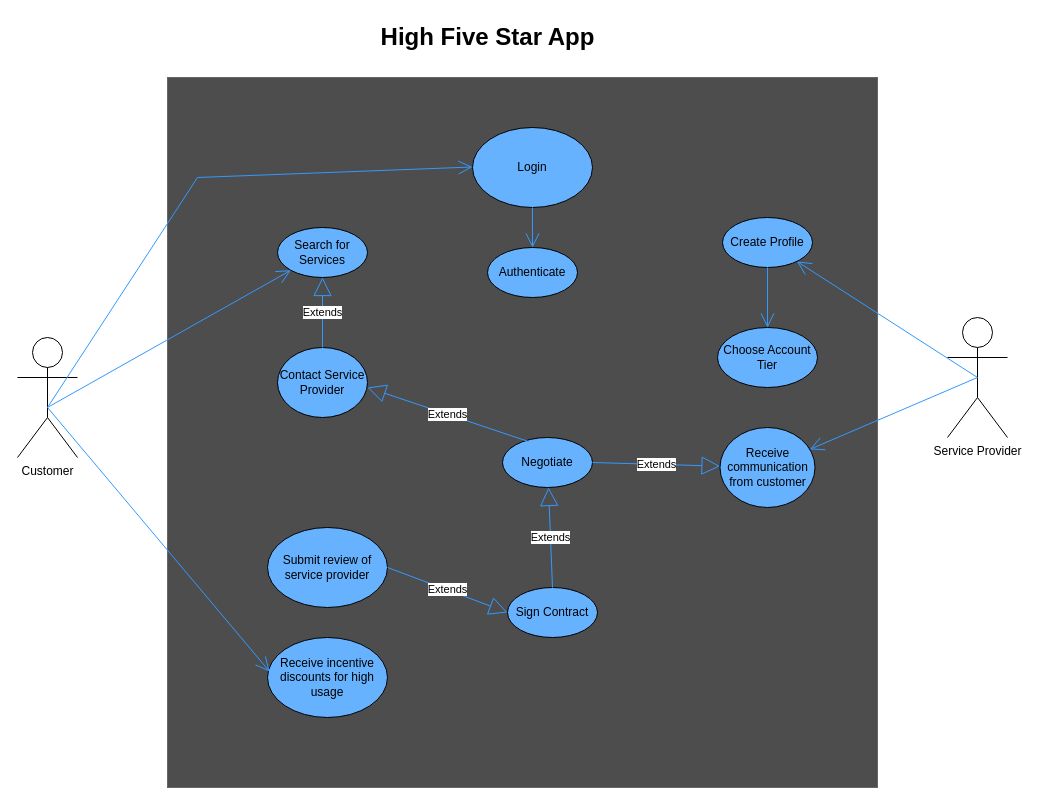
schurch82/High-Five-Star keeps this draw.io diagram as AppUseCaseDiagram.drawio. Above is the earlier version. Source tidied: cells renumbered, new cells numbered last; positions are measured from the earlier drawing's top-left corner, leaving out a move shared by most shapes. Both pictures are drawn from the tidied source at 100%, with x=0, y=0 at pixel (17, 17).
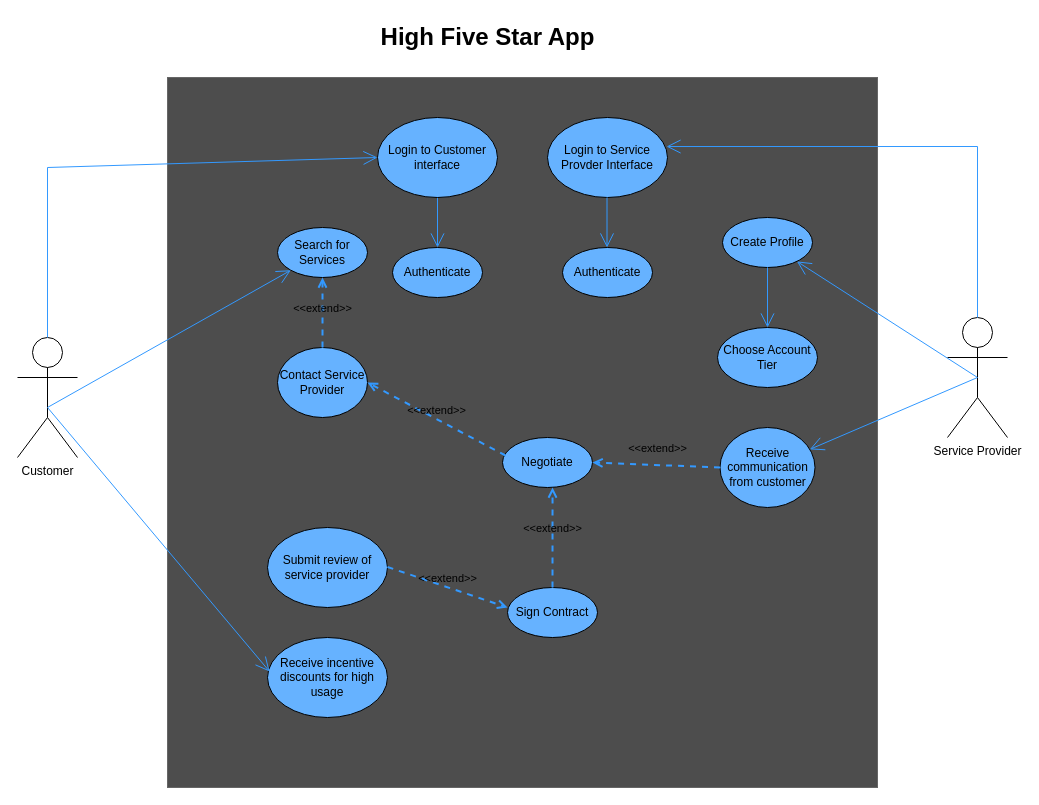
Above is the later version.

Commit message (it also covers changes not shown here):
Includes separate login interfaces for Use Case and content to project overview in docx file

The change refers to these unchanged cells:
```xml
<mxCell id="8" value="Search for Services" style="ellipse;whiteSpace=wrap;html=1;fillColor=#66B2FF;" parent="1" vertex="1">
  <mxGeometry x="260" y="210" width="90" height="50" as="geometry" />
</mxCell>
<mxCell id="9" value="Contact Service Provider" style="ellipse;whiteSpace=wrap;html=1;fillColor=#66B2FF;" parent="1" vertex="1">
  <mxGeometry x="260" y="330" width="90" height="70" as="geometry" />
</mxCell>
<mxCell id="10" value="Negotiate" style="ellipse;whiteSpace=wrap;html=1;fillColor=#66B2FF;" parent="1" vertex="1">
  <mxGeometry x="485" y="420" width="90" height="50" as="geometry" />
</mxCell>
<mxCell id="11" value="Sign Contract" style="ellipse;whiteSpace=wrap;html=1;fillColor=#66B2FF;" parent="1" vertex="1">
  <mxGeometry x="490" y="570" width="90" height="50" as="geometry" />
</mxCell>
<mxCell id="14" value="Submit review of service provider" style="ellipse;whiteSpace=wrap;html=1;fillColor=#66B2FF;" parent="1" vertex="1">
  <mxGeometry x="250" y="510" width="120" height="80" as="geometry" />
</mxCell>
<mxCell id="20" value="Receive communication from customer" style="ellipse;whiteSpace=wrap;html=1;fillColor=#66B2FF;" parent="1" vertex="1">
  <mxGeometry x="702.5" y="410" width="95" height="80" as="geometry" />
</mxCell>
```

Diff of the diagram source:
```diff
@@
-    <mxCell id="6" value="Login" style="ellipse;whiteSpace=wrap;html=1;fillColor=#66B2FF;" parent="1" vertex="1">
-      <mxGeometry x="455" y="110" width="120" height="80" as="geometry" />
-    </mxCell>
     <mxCell id="7" value="Authenticate" style="ellipse;whiteSpace=wrap;html=1;fillColor=#66B2FF;" parent="1" vertex="1">
-      <mxGeometry x="470" y="230" width="90" height="50" as="geometry" />
+      <mxGeometry x="375" y="230" width="90" height="50" as="geometry" />
     </mxCell>
@@
-    <mxCell id="16" value="Extends" style="endArrow=block;endSize=16;endFill=0;html=1;rounded=0;exitX=1;exitY=0.5;exitDx=0;exitDy=0;strokeColor=#3399FF;entryX=0;entryY=0.5;entryDx=0;entryDy=0;" parent="1" edge="1" source="14" target="11">
-      <mxGeometry relative="1" as="geometry" />
-    </mxCell>
-    <mxCell id="17" value="Extends" style="endArrow=block;endSize=16;endFill=0;html=1;rounded=0;exitX=0.5;exitY=0;exitDx=0;exitDy=0;strokeColor=#3399FF;" parent="1" edge="1" source="11" target="10">
-      <mxGeometry relative="1" as="geometry" />
-    </mxCell>
-    <mxCell id="18" value="Extends" style="endArrow=block;endSize=16;endFill=0;html=1;rounded=0;strokeColor=#3399FF;exitX=0.5;exitY=0;exitDx=0;exitDy=0;" parent="1" edge="1" source="9" target="8">
-      <mxGeometry relative="1" as="geometry" />
-    </mxCell>
-    <mxCell id="19" value="Extends" style="endArrow=block;endSize=16;endFill=0;html=1;rounded=0;exitX=0.289;exitY=0.08;exitDx=0;exitDy=0;exitPerimeter=0;strokeColor=#3399FF;" parent="1" edge="1" source="10">
-      <mxGeometry relative="1" as="geometry">
-        <mxPoint x="350" y="370" as="targetPoint" />
-      </mxGeometry>
-    </mxCell>
@@
-    <mxCell id="23" style="endArrow=open;endFill=1;endSize=12;html=1;rounded=0;strokeColor=#3399FF;" parent="1" edge="1">
-      <mxGeometry relative="1" as="geometry">
-        <mxPoint x="30" y="390" as="sourcePoint" />
-        <mxPoint x="455" y="149.5" as="targetPoint" />
-        <Array as="points">
-          <mxPoint x="180" y="160" />
-        </Array>
-      </mxGeometry>
-    </mxCell>
@@
-    <mxCell id="28" value="Extends" style="endArrow=block;endSize=16;endFill=0;html=1;rounded=0;strokeColor=#3399FF;exitX=1;exitY=0.5;exitDx=0;exitDy=0;" parent="1" edge="1" source="10" target="20">
-      <mxGeometry relative="1" as="geometry" />
-    </mxCell>
+    <mxCell id="6" value="Login to Customer interface" style="ellipse;whiteSpace=wrap;html=1;fillColor=#66B2FF;" parent="1" vertex="1">
+      <mxGeometry x="360" y="100" width="120" height="80" as="geometry" />
+    </mxCell>
+    <mxCell id="29" value="&amp;lt;&amp;lt;extend&amp;gt;&amp;gt;" style="html=1;verticalAlign=bottom;labelBackgroundColor=none;endArrow=open;endFill=0;dashed=1;fillColor=#1ba1e2;strokeColor=#3399ff;jumpSize=6;strokeWidth=2;" parent="1" edge="1">
+      <mxGeometry relative="1" as="geometry">
+        <mxPoint x="370" y="549.5" as="sourcePoint" />
+        <mxPoint x="490" y="590" as="targetPoint" />
+      </mxGeometry>
+    </mxCell>
+    <mxCell id="30" value="&amp;lt;&amp;lt;extend&amp;gt;&amp;gt;" style="html=1;verticalAlign=bottom;labelBackgroundColor=none;endArrow=open;endFill=0;dashed=1;fillColor=#1ba1e2;strokeColor=#3399ff;jumpSize=6;strokeWidth=2;entryX=0.556;entryY=1;entryDx=0;entryDy=0;entryPerimeter=0;" parent="1" edge="1" target="10">
+      <mxGeometry relative="1" as="geometry">
+        <mxPoint x="535" y="570" as="sourcePoint" />
+      </mxGeometry>
+    </mxCell>
+    <mxCell id="31" value="&amp;lt;&amp;lt;extend&amp;gt;&amp;gt;" style="html=1;verticalAlign=bottom;labelBackgroundColor=none;endArrow=open;endFill=0;dashed=1;fillColor=#1ba1e2;strokeColor=#3399ff;jumpSize=6;strokeWidth=2;entryX=1;entryY=0.5;entryDx=0;entryDy=0;exitX=0;exitY=0.5;exitDx=0;exitDy=0;" parent="1" edge="1" source="20" target="10">
+      <mxGeometry x="-0.01" y="-8" relative="1" as="geometry" />
+    </mxCell>
+    <mxCell id="32" value="&amp;lt;&amp;lt;extend&amp;gt;&amp;gt;" style="html=1;verticalAlign=bottom;labelBackgroundColor=none;endArrow=open;endFill=0;dashed=1;fillColor=#1ba1e2;strokeColor=#3399ff;jumpSize=6;strokeWidth=2;entryX=1;entryY=0.5;entryDx=0;entryDy=0;exitX=0.033;exitY=0.36;exitDx=0;exitDy=0;exitPerimeter=0;" parent="1" edge="1" source="10" target="9">
+      <mxGeometry relative="1" as="geometry" />
+    </mxCell>
+    <mxCell id="18" value="&amp;lt;&amp;lt;extend&amp;gt;&amp;gt;" style="html=1;verticalAlign=bottom;labelBackgroundColor=none;endArrow=open;endFill=0;dashed=1;fillColor=#1ba1e2;strokeColor=#3399ff;jumpSize=6;strokeWidth=2;entryX=0.5;entryY=1;entryDx=0;entryDy=0;exitX=0.5;exitY=0;exitDx=0;exitDy=0;" parent="1" edge="1" source="9" target="8">
+      <mxGeometry x="-0.14" relative="1" as="geometry" />
+    </mxCell>
+    <mxCell id="33" value="Login to Service Provder Interface" style="ellipse;whiteSpace=wrap;html=1;fillColor=#66B2FF;" parent="1" vertex="1">
+      <mxGeometry x="530" y="100" width="120" height="80" as="geometry" />
+    </mxCell>
+    <mxCell id="34" value="Authenticate" style="ellipse;whiteSpace=wrap;html=1;fillColor=#66B2FF;" parent="1" vertex="1">
+      <mxGeometry x="545" y="230" width="90" height="50" as="geometry" />
+    </mxCell>
+    <mxCell id="35" style="endArrow=open;endFill=1;endSize=12;html=1;rounded=0;strokeColor=#3399FF;" parent="1" edge="1">
+      <mxGeometry relative="1" as="geometry">
+        <mxPoint x="589.5" y="180" as="sourcePoint" />
+        <mxPoint x="589.5" y="230" as="targetPoint" />
+      </mxGeometry>
+    </mxCell>
+    <mxCell id="36" style="endArrow=open;endFill=1;endSize=12;html=1;rounded=0;strokeColor=#3399FF;" parent="1" edge="1">
+      <mxGeometry relative="1" as="geometry">
+        <mxPoint x="30" y="320" as="sourcePoint" />
+        <mxPoint x="360" y="140" as="targetPoint" />
+        <Array as="points">
+          <mxPoint x="30" y="150" />
+        </Array>
+      </mxGeometry>
+    </mxCell>
+    <mxCell id="37" style="endArrow=open;endFill=1;endSize=12;html=1;rounded=0;strokeColor=#3399FF;exitX=0.5;exitY=0.583;exitDx=0;exitDy=0;exitPerimeter=0;entryX=0.992;entryY=0.363;entryDx=0;entryDy=0;entryPerimeter=0;" parent="1" edge="1" target="33">
+      <mxGeometry relative="1" as="geometry">
+        <mxPoint x="960" y="300" as="sourcePoint" />
+        <Array as="points">
+          <mxPoint x="960" y="129" />
+        </Array>
+      </mxGeometry>
+    </mxCell>
```
